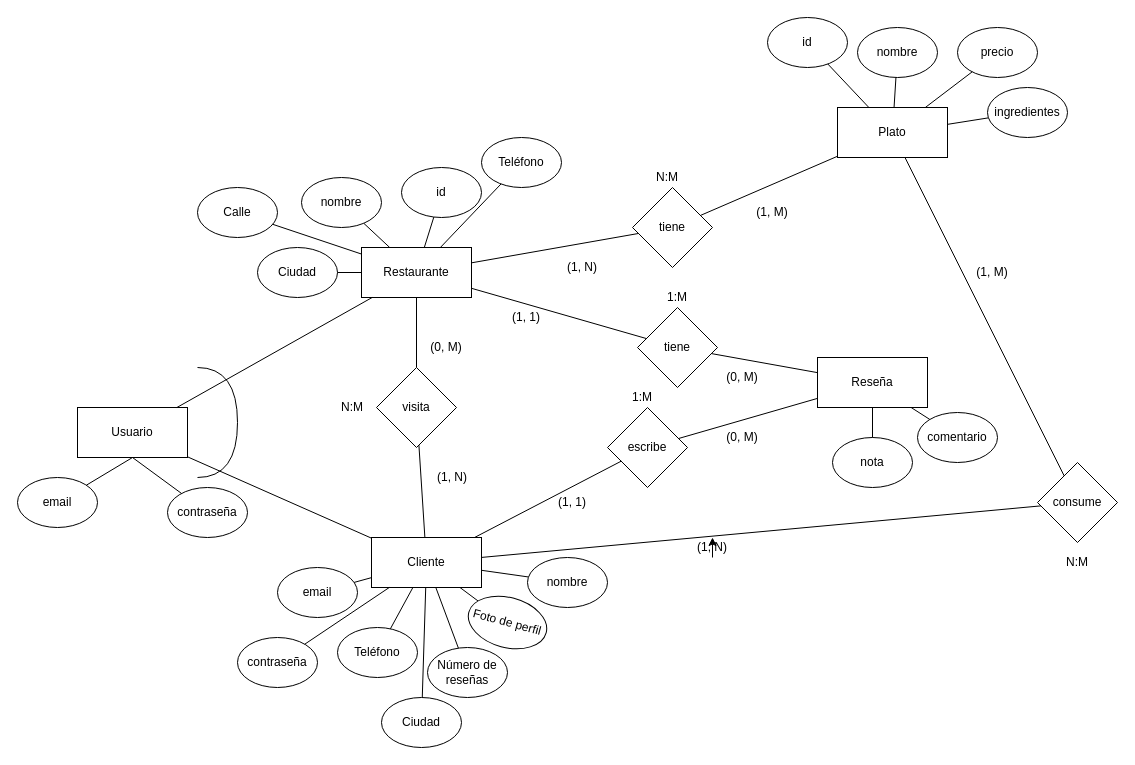
Earlier version of the draw.io diagram Diagrama-ER-Proyecto.drawio (samuelvergaramartin/2-DAM-GS-Proyecto). Source tidied: cells renumbered, new cells numbered last; positions are measured from the earlier drawing's top-left corner, leaving out a move shared by most shapes. Both pictures are drawn from the tidied source at 100%, with x=0, y=0 at pixel (17, 17).
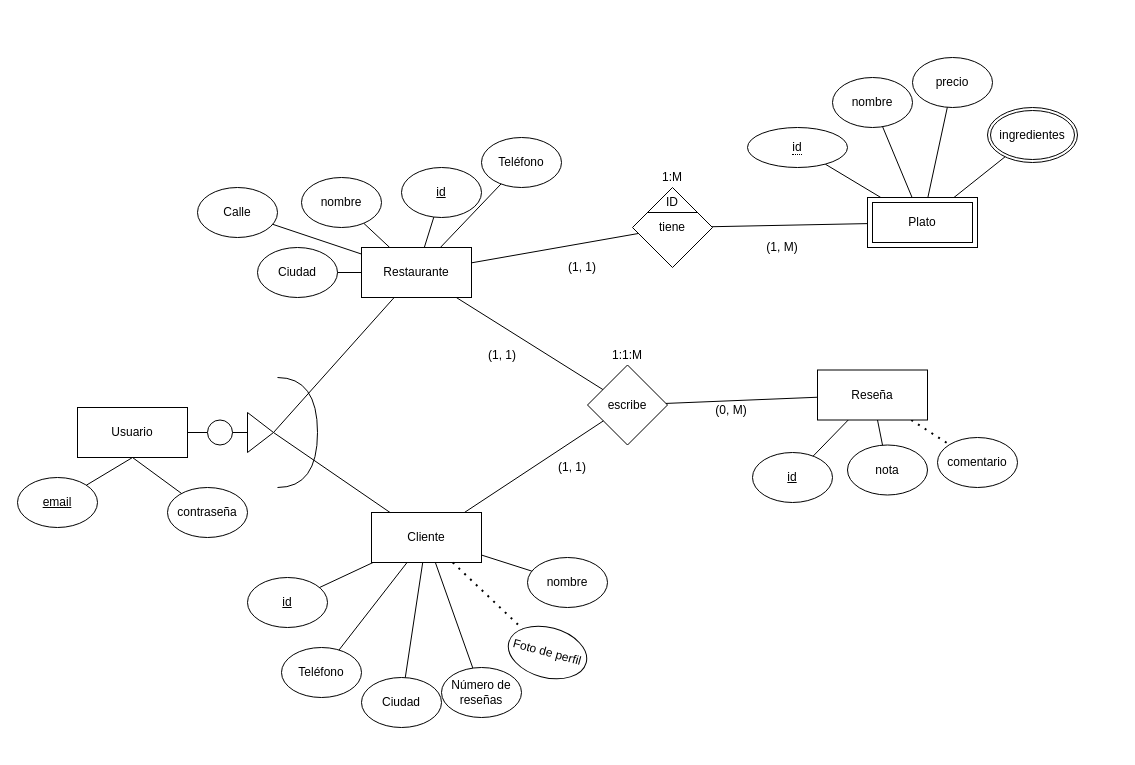
The same page after the edit.

The change refers to these unchanged cells:
```xml
<mxCell id="2" value="Restaurante" style="rounded=0;whiteSpace=wrap;html=1;" parent="1" vertex="1">
  <mxGeometry x="344" y="230" width="110" height="50" as="geometry" />
</mxCell>
<mxCell id="4" value="Usuario" style="rounded=0;whiteSpace=wrap;html=1;" parent="1" vertex="1">
  <mxGeometry x="60" y="390" width="110" height="50" as="geometry" />
</mxCell>
```

Change to the diagram source:
```diff
@@
     <mxCell id="3" value="Cliente" style="rounded=0;whiteSpace=wrap;html=1;" parent="1" vertex="1">
-      <mxGeometry x="354" y="520" width="110" height="50" as="geometry" />
+      <mxGeometry x="354" y="495" width="110" height="50" as="geometry" />
     </mxCell>
@@
-    <mxCell id="6" value="Reseña" style="rounded=0;whiteSpace=wrap;html=1;" parent="1" vertex="1">
-      <mxGeometry x="800" y="340" width="110" height="50" as="geometry" />
-    </mxCell>
-    <mxCell id="7" value="id" style="ellipse;whiteSpace=wrap;html=1;" parent="1" vertex="1">
+    <mxCell id="7" value="&lt;u&gt;id&lt;/u&gt;" style="ellipse;whiteSpace=wrap;html=1;" parent="1" vertex="1">
       <mxGeometry x="384" y="150" width="80" height="50" as="geometry" />
     </mxCell>
@@
-    <mxCell id="9" value="email" style="ellipse;whiteSpace=wrap;html=1;" parent="1" vertex="1">
+    <mxCell id="9" value="&lt;u&gt;email&lt;/u&gt;" style="ellipse;whiteSpace=wrap;html=1;" parent="1" vertex="1">
       <mxGeometry y="460" width="80" height="50" as="geometry" />
     </mxCell>
-    <mxCell id="10" value="email" style="ellipse;whiteSpace=wrap;html=1;" parent="1" vertex="1">
-      <mxGeometry x="260" y="550" width="80" height="50" as="geometry" />
-    </mxCell>
     <mxCell id="11" value="comentario" style="ellipse;whiteSpace=wrap;html=1;" parent="1" vertex="1">
-      <mxGeometry x="900" y="395" width="80" height="50" as="geometry" />
+      <mxGeometry x="920" y="420" width="80" height="50" as="geometry" />
     </mxCell>
-    <mxCell id="12" value="Plato" style="rounded=0;whiteSpace=wrap;html=1;" parent="1" vertex="1">
-      <mxGeometry x="820" y="90" width="110" height="50" as="geometry" />
-    </mxCell>
-    <mxCell id="13" value="id" style="ellipse;whiteSpace=wrap;html=1;" parent="1" vertex="1">
-      <mxGeometry x="750" width="80" height="50" as="geometry" />
-    </mxCell>
-    <mxCell id="14" value="contraseña" style="ellipse;whiteSpace=wrap;html=1;" parent="1" vertex="1">
-      <mxGeometry x="220" y="620" width="80" height="50" as="geometry" />
-    </mxCell>
@@
     <mxCell id="16" value="Ciudad" style="ellipse;whiteSpace=wrap;html=1;" parent="1" vertex="1">
-      <mxGeometry x="364" y="680" width="80" height="50" as="geometry" />
+      <mxGeometry x="344" y="660" width="80" height="50" as="geometry" />
     </mxCell>
     <mxCell id="17" value="Teléfono" style="ellipse;whiteSpace=wrap;html=1;" parent="1" vertex="1">
-      <mxGeometry x="320" y="610" width="80" height="50" as="geometry" />
+      <mxGeometry x="264" y="630" width="80" height="50" as="geometry" />
     </mxCell>
     <mxCell id="18" value="Número de reseñas" style="ellipse;whiteSpace=wrap;html=1;" parent="1" vertex="1">
-      <mxGeometry x="410" y="630" width="80" height="50" as="geometry" />
+      <mxGeometry x="424" y="650" width="80" height="50" as="geometry" />
     </mxCell>
     <mxCell id="19" value="Foto de perfil" style="ellipse;whiteSpace=wrap;html=1;rotation=15;" parent="1" vertex="1">
-      <mxGeometry x="450" y="580" width="80" height="50" as="geometry" />
+      <mxGeometry x="490" y="610" width="80" height="50" as="geometry" />
     </mxCell>
     <mxCell id="20" value="nota" style="ellipse;whiteSpace=wrap;html=1;" parent="1" vertex="1">
-      <mxGeometry x="815" y="420" width="80" height="50" as="geometry" />
+      <mxGeometry x="830" y="427.5" width="80" height="50" as="geometry" />
     </mxCell>
@@
     <mxCell id="24" value="nombre" style="ellipse;whiteSpace=wrap;html=1;" parent="1" vertex="1">
-      <mxGeometry x="840" y="10" width="80" height="50" as="geometry" />
+      <mxGeometry x="815" y="60" width="80" height="50" as="geometry" />
     </mxCell>
     <mxCell id="25" value="precio" style="ellipse;whiteSpace=wrap;html=1;" parent="1" vertex="1">
-      <mxGeometry x="940" y="10" width="80" height="50" as="geometry" />
+      <mxGeometry x="895" y="40" width="80" height="50" as="geometry" />
     </mxCell>
-    <mxCell id="26" value="ingredientes" style="ellipse;whiteSpace=wrap;html=1;" parent="1" vertex="1">
-      <mxGeometry x="970" y="70" width="80" height="50" as="geometry" />
-    </mxCell>
@@
-    <mxCell id="29" style="endArrow=none;html=1;rounded=0;" parent="1" edge="1" source="3" target="14">
-      <mxGeometry relative="1" as="geometry" />
-    </mxCell>
@@
-    <mxCell id="32" style="endArrow=none;html=1;rounded=0;" parent="1" edge="1" source="3" target="19">
-      <mxGeometry relative="1" as="geometry" />
-    </mxCell>
@@
-    <mxCell id="35" style="endArrow=none;html=1;rounded=0;" parent="1" edge="1" source="3" target="10">
-      <mxGeometry relative="1" as="geometry" />
-    </mxCell>
@@
     <mxCell id="41" value="escribe" style="rhombus;whiteSpace=wrap;html=1;" parent="1" vertex="1">
-      <mxGeometry x="590" y="390" width="80" height="80" as="geometry" />
+      <mxGeometry x="570" y="347.5" width="80" height="80" as="geometry" />
     </mxCell>
-    <mxCell id="42" style="endArrow=none;html=1;rounded=0;" parent="1" edge="1" source="4" target="2">
+    <mxCell id="42" style="endArrow=none;html=1;rounded=0;exitX=1;exitY=0.5;exitDx=0;exitDy=0;" parent="1" edge="1" source="89" target="2">
       <mxGeometry relative="1" as="geometry" />
     </mxCell>
-    <mxCell id="43" style="endArrow=none;html=1;rounded=0;" parent="1" edge="1" source="4" target="3">
+    <mxCell id="43" style="endArrow=none;html=1;rounded=0;exitX=1;exitY=0.5;exitDx=0;exitDy=0;" parent="1" edge="1" source="89" target="3">
       <mxGeometry relative="1" as="geometry" />
     </mxCell>
     <mxCell id="44" style="shape=requiredInterface;html=1;verticalLabelPosition=bottom;sketch=0;" parent="1" vertex="1">
-      <mxGeometry x="180" y="350" width="40" height="110" as="geometry" />
+      <mxGeometry x="260" y="360" width="40" height="110" as="geometry" />
     </mxCell>
-    <mxCell id="45" value="tiene" style="rhombus;whiteSpace=wrap;html=1;" parent="1" vertex="1">
-      <mxGeometry x="620" y="290" width="80" height="80" as="geometry" />
-    </mxCell>
@@
-    <mxCell id="49" style="endArrow=none;html=1;rounded=0;" parent="1" edge="1" source="11" target="6">
-      <mxGeometry relative="1" as="geometry" />
-    </mxCell>
-    <mxCell id="50" style="endArrow=none;html=1;rounded=0;" parent="1" edge="1" source="2" target="45">
-      <mxGeometry relative="1" as="geometry" />
-    </mxCell>
-    <mxCell id="51" style="endArrow=none;html=1;rounded=0;" parent="1" edge="1" source="45" target="6">
-      <mxGeometry relative="1" as="geometry" />
-    </mxCell>
-    <mxCell id="52" value="visita" style="rhombus;whiteSpace=wrap;html=1;" parent="1" vertex="1">
-      <mxGeometry x="359" y="350" width="80" height="80" as="geometry" />
-    </mxCell>
-    <mxCell id="53" style="endArrow=none;html=1;rounded=0;" parent="1" edge="1" source="3" target="52">
-      <mxGeometry relative="1" as="geometry" />
-    </mxCell>
-    <mxCell id="54" style="endArrow=none;html=1;rounded=0;" parent="1" edge="1" source="52" target="2">
-      <mxGeometry relative="1" as="geometry" />
-    </mxCell>
-    <mxCell id="55" style="endArrow=none;html=1;rounded=0;" parent="1" edge="1" source="12" target="13">
+    <mxCell id="55" style="endArrow=none;html=1;rounded=0;" parent="1" edge="1" source="12" target="96">
       <mxGeometry relative="1" as="geometry" />
     </mxCell>
@@
-    <mxCell id="59" value="consume" style="rhombus;whiteSpace=wrap;html=1;" parent="1" vertex="1">
-      <mxGeometry x="1020" y="445" width="80" height="80" as="geometry" />
-    </mxCell>
-    <mxCell id="60" style="endArrow=none;html=1;rounded=0;" parent="1" edge="1" source="3" target="59">
-      <mxGeometry relative="1" as="geometry" />
-    </mxCell>
-    <mxCell id="61" style="endArrow=none;html=1;rounded=0;" parent="1" edge="1" source="59" target="12">
-      <mxGeometry relative="1" as="geometry" />
-    </mxCell>
@@
-    <mxCell id="63" value="N:M" style="text;html=1;strokeColor=none;fillColor=none;align=center;verticalAlign=middle;whiteSpace=wrap;overflow=hidden;" parent="1" vertex="1">
-      <mxGeometry x="300" y="380" width="70" height="20" as="geometry" />
-    </mxCell>
-    <mxCell id="64" value="1:M" style="text;html=1;strokeColor=none;fillColor=none;align=center;verticalAlign=middle;whiteSpace=wrap;overflow=hidden;" parent="1" vertex="1">
-      <mxGeometry x="590" y="370" width="70" height="20" as="geometry" />
-    </mxCell>
-    <mxCell id="65" value="N:M" style="text;html=1;strokeColor=none;fillColor=none;align=center;verticalAlign=middle;whiteSpace=wrap;overflow=hidden;" parent="1" vertex="1">
-      <mxGeometry x="1025" y="535" width="70" height="20" as="geometry" />
-    </mxCell>
-    <mxCell id="66" value="1:M" style="text;html=1;strokeColor=none;fillColor=none;align=center;verticalAlign=middle;whiteSpace=wrap;overflow=hidden;" parent="1" vertex="1">
-      <mxGeometry x="625" y="270" width="70" height="20" as="geometry" />
-    </mxCell>
@@
-    <mxCell id="70" value="N:M" style="text;html=1;strokeColor=none;fillColor=none;align=center;verticalAlign=middle;whiteSpace=wrap;overflow=hidden;" parent="1" vertex="1">
-      <mxGeometry x="615" y="150" width="70" height="20" as="geometry" />
+    <mxCell id="70" value="1:M" style="text;html=1;strokeColor=none;fillColor=none;align=center;verticalAlign=middle;whiteSpace=wrap;overflow=hidden;" parent="1" vertex="1">
+      <mxGeometry x="620" y="150" width="70" height="20" as="geometry" />
     </mxCell>
-    <mxCell id="71" value="(1, N)" style="text;html=1;strokeColor=none;fillColor=none;align=center;verticalAlign=middle;whiteSpace=wrap;overflow=hidden;" parent="1" vertex="1">
-      <mxGeometry x="660" y="520" width="70" height="20" as="geometry" />
-    </mxCell>
-    <mxCell id="72" value="(1, M)" style="text;html=1;strokeColor=none;fillColor=none;align=center;verticalAlign=middle;whiteSpace=wrap;overflow=hidden;" parent="1" vertex="1">
-      <mxGeometry x="940" y="245" width="70" height="20" as="geometry" />
-    </mxCell>
-    <mxCell id="73" value="(1, N)" style="text;html=1;strokeColor=none;fillColor=none;align=center;verticalAlign=middle;whiteSpace=wrap;overflow=hidden;" parent="1" vertex="1">
-      <mxGeometry x="400" y="450" width="70" height="20" as="geometry" />
-    </mxCell>
-    <mxCell id="74" value="(0, M)" style="text;html=1;strokeColor=none;fillColor=none;align=center;verticalAlign=middle;whiteSpace=wrap;overflow=hidden;" parent="1" vertex="1">
-      <mxGeometry x="394" y="320" width="70" height="20" as="geometry" />
-    </mxCell>
-    <mxCell id="75" value="(1, 1)" style="text;html=1;strokeColor=none;fillColor=none;align=center;verticalAlign=middle;whiteSpace=wrap;overflow=hidden;" parent="1" vertex="1">
-      <mxGeometry x="520" y="475" width="70" height="20" as="geometry" />
-    </mxCell>
-    <mxCell id="76" value="(0, M)" style="text;html=1;strokeColor=none;fillColor=none;align=center;verticalAlign=middle;whiteSpace=wrap;overflow=hidden;" parent="1" vertex="1">
-      <mxGeometry x="690" y="410" width="70" height="20" as="geometry" />
-    </mxCell>
-    <mxCell id="77" value="(1, 1)" style="text;html=1;strokeColor=none;fillColor=none;align=center;verticalAlign=middle;whiteSpace=wrap;overflow=hidden;" parent="1" vertex="1">
-      <mxGeometry x="474" y="290" width="70" height="20" as="geometry" />
-    </mxCell>
-    <mxCell id="78" value="(0, M)" style="text;html=1;strokeColor=none;fillColor=none;align=center;verticalAlign=middle;whiteSpace=wrap;overflow=hidden;" parent="1" vertex="1">
-      <mxGeometry x="690" y="350" width="70" height="20" as="geometry" />
-    </mxCell>
-    <mxCell id="79" value="(1, N)" style="text;html=1;strokeColor=none;fillColor=none;align=center;verticalAlign=middle;whiteSpace=wrap;overflow=hidden;" parent="1" vertex="1">
+    <mxCell id="79" value="(1, 1)" style="text;html=1;strokeColor=none;fillColor=none;align=center;verticalAlign=middle;whiteSpace=wrap;overflow=hidden;" parent="1" vertex="1">
       <mxGeometry x="530" y="240" width="70" height="20" as="geometry" />
     </mxCell>
     <mxCell id="80" value="(1, M)" style="text;html=1;strokeColor=none;fillColor=none;align=center;verticalAlign=middle;whiteSpace=wrap;overflow=hidden;" parent="1" vertex="1">
-      <mxGeometry x="720" y="185" width="70" height="20" as="geometry" />
+      <mxGeometry x="730" y="220" width="70" height="20" as="geometry" />
     </mxCell>
-    <mxCell id="81" style="edgeStyle=orthogonalEdgeStyle;rounded=0;orthogonalLoop=1;jettySize=auto;html=1;exitX=0.5;exitY=1;exitDx=0;exitDy=0;entryX=0.5;entryY=0;entryDx=0;entryDy=0;" parent="1" edge="1" source="71" target="71">
-      <mxGeometry relative="1" as="geometry" />
-    </mxCell>
+    <mxCell id="82" value="&lt;u&gt;id&lt;/u&gt;" style="ellipse;whiteSpace=wrap;html=1;" parent="1" vertex="1">
+      <mxGeometry x="230" y="560" width="80" height="50" as="geometry" />
+    </mxCell>
+    <mxCell id="83" style="endArrow=none;html=1;rounded=0;" parent="1" edge="1" source="3" target="82">
+      <mxGeometry relative="1" as="geometry" />
+    </mxCell>
+    <mxCell id="84" value="&lt;u&gt;id&lt;/u&gt;" style="ellipse;whiteSpace=wrap;html=1;" parent="1" vertex="1">
+      <mxGeometry x="735" y="435" width="80" height="50" as="geometry" />
+    </mxCell>
+    <mxCell id="85" style="endArrow=none;html=1;rounded=0;" parent="1" edge="1" source="84" target="6">
+      <mxGeometry relative="1" as="geometry" />
+    </mxCell>
+    <mxCell id="32" style="endArrow=none;dashed=1;html=1;dashPattern=1 3;strokeWidth=2;rounded=0;" parent="1" edge="1" source="3" target="19">
+      <mxGeometry relative="1" as="geometry" />
+    </mxCell>
+    <mxCell id="86" style="endArrow=none;dashed=1;html=1;dashPattern=1 3;strokeWidth=2;rounded=0;" parent="1" edge="1" source="6" target="11">
+      <mxGeometry relative="1" as="geometry" />
+    </mxCell>
+    <mxCell id="87" style="endArrow=none;html=1;rounded=0;exitX=1;exitY=0.5;exitDx=0;exitDy=0;" parent="1" edge="1" source="4" target="88">
+      <mxGeometry relative="1" as="geometry" />
+    </mxCell>
+    <mxCell id="88" style="ellipse;whiteSpace=wrap;html=1;" parent="1" vertex="1">
+      <mxGeometry x="190" y="402.5" width="25" height="25" as="geometry" />
+    </mxCell>
+    <mxCell id="89" style="triangle;whiteSpace=wrap;html=1;" parent="1" vertex="1">
+      <mxGeometry x="230" y="395" width="26" height="40" as="geometry" />
+    </mxCell>
+    <mxCell id="90" style="endArrow=none;html=1;rounded=0;exitX=1;exitY=0.5;exitDx=0;exitDy=0;entryX=0;entryY=0.5;entryDx=0;entryDy=0;" parent="1" edge="1" source="88" target="89">
+      <mxGeometry relative="1" as="geometry" />
+    </mxCell>
+    <mxCell id="26" value="ingredientes" style="ellipse;shape=doubleEllipse;margin=3;whiteSpace=wrap;html=1;align=center;" parent="1" vertex="1">
+      <mxGeometry x="970" y="90" width="90" height="55" as="geometry" />
+    </mxCell>
+    <mxCell id="12" value="Plato" style="shape=ext;margin=3;double=1;whiteSpace=wrap;html=1;align=center;" parent="1" vertex="1">
+      <mxGeometry x="850" y="180" width="110" height="50" as="geometry" />
+    </mxCell>
+    <mxCell id="91" style="endArrow=none;html=1;rounded=0;" parent="1" edge="1" source="2" target="41">
+      <mxGeometry relative="1" as="geometry" />
+    </mxCell>
+    <mxCell id="92" value="(1, 1)" style="text;html=1;strokeColor=none;fillColor=none;align=center;verticalAlign=middle;whiteSpace=wrap;overflow=hidden;" parent="1" vertex="1">
+      <mxGeometry x="520" y="440" width="70" height="20" as="geometry" />
+    </mxCell>
+    <mxCell id="93" value="(1, 1)" style="text;html=1;strokeColor=none;fillColor=none;align=center;verticalAlign=middle;whiteSpace=wrap;overflow=hidden;" parent="1" vertex="1">
+      <mxGeometry x="450" y="327.5" width="70" height="20" as="geometry" />
+    </mxCell>
+    <mxCell id="94" value="(0, M)" style="text;html=1;strokeColor=none;fillColor=none;align=center;verticalAlign=middle;whiteSpace=wrap;overflow=hidden;" parent="1" vertex="1">
+      <mxGeometry x="679" y="382.5" width="70" height="20" as="geometry" />
+    </mxCell>
+    <mxCell id="95" value="1:1:M" style="text;html=1;strokeColor=none;fillColor=none;align=center;verticalAlign=middle;whiteSpace=wrap;overflow=hidden;" parent="1" vertex="1">
+      <mxGeometry x="575" y="327.5" width="70" height="20" as="geometry" />
+    </mxCell>
+    <mxCell id="96" value="&lt;span style=&quot;border-bottom: 1px dotted&quot;&gt;id&lt;/span&gt;" style="ellipse;whiteSpace=wrap;html=1;align=center;" parent="1" vertex="1">
+      <mxGeometry x="730" y="110" width="100" height="40" as="geometry" />
+    </mxCell>
+    <mxCell id="97" style="line;strokeWidth=1;dashed=0;labelPosition=right;align=left;verticalAlign=middle;spacingTop=0;spacingLeft=6;" parent="1" vertex="1">
+      <mxGeometry x="630" y="190" width="50" height="10" as="geometry" />
+    </mxCell>
+    <mxCell id="98" value="ID" style="text;html=1;strokeColor=none;fillColor=none;align=center;verticalAlign=middle;whiteSpace=wrap;overflow=hidden;" parent="1" vertex="1">
+      <mxGeometry x="625" y="175" width="60" height="20" as="geometry" />
+    </mxCell>
+    <mxCell id="6" value="Reseña" style="rounded=0;whiteSpace=wrap;html=1;" parent="1" vertex="1">
+      <mxGeometry x="800" y="352.5" width="110" height="50" as="geometry" />
+    </mxCell>
```
